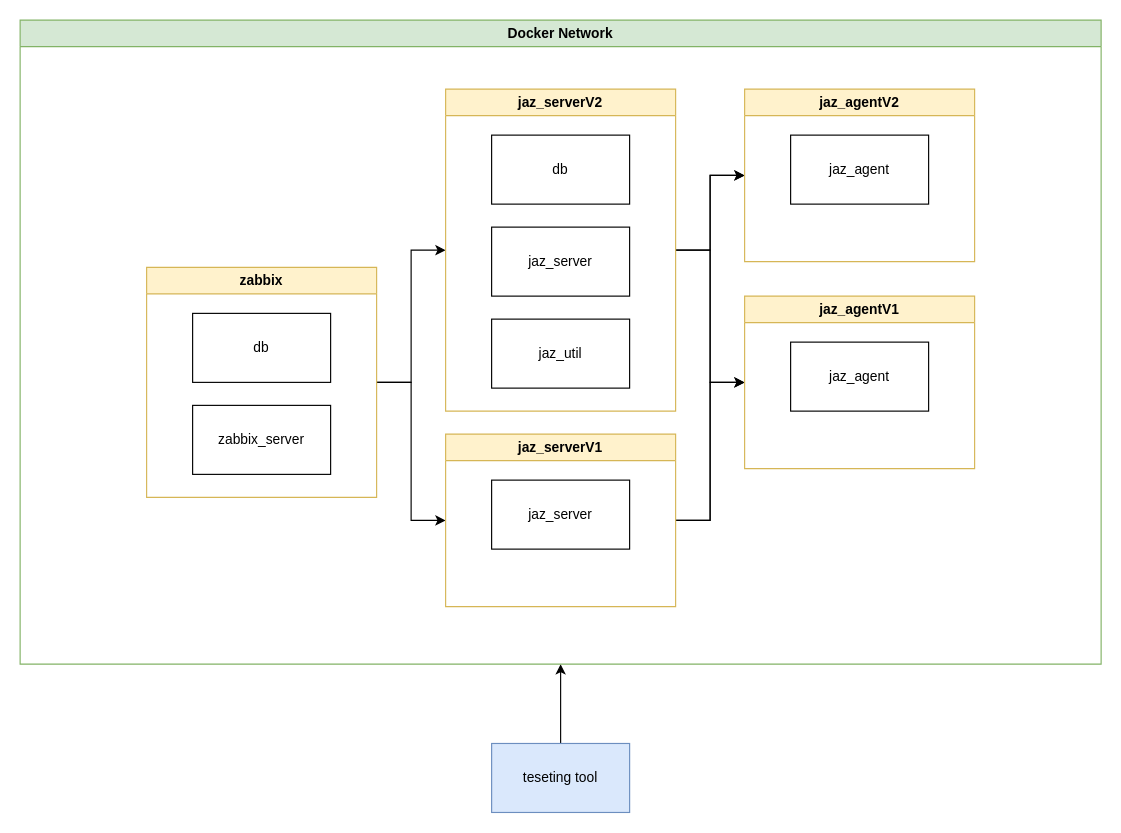
This is docs/container_relation.drawio from zukigit/testing, a draw.io file, before an edit. Source tidied: cells renumbered, new cells numbered last; positions are measured from the earlier drawing's top-left corner, leaving out a move shared by most shapes. Both pictures are drawn from the tidied source at 115%, with x=0, y=0 at pixel (20, 20).
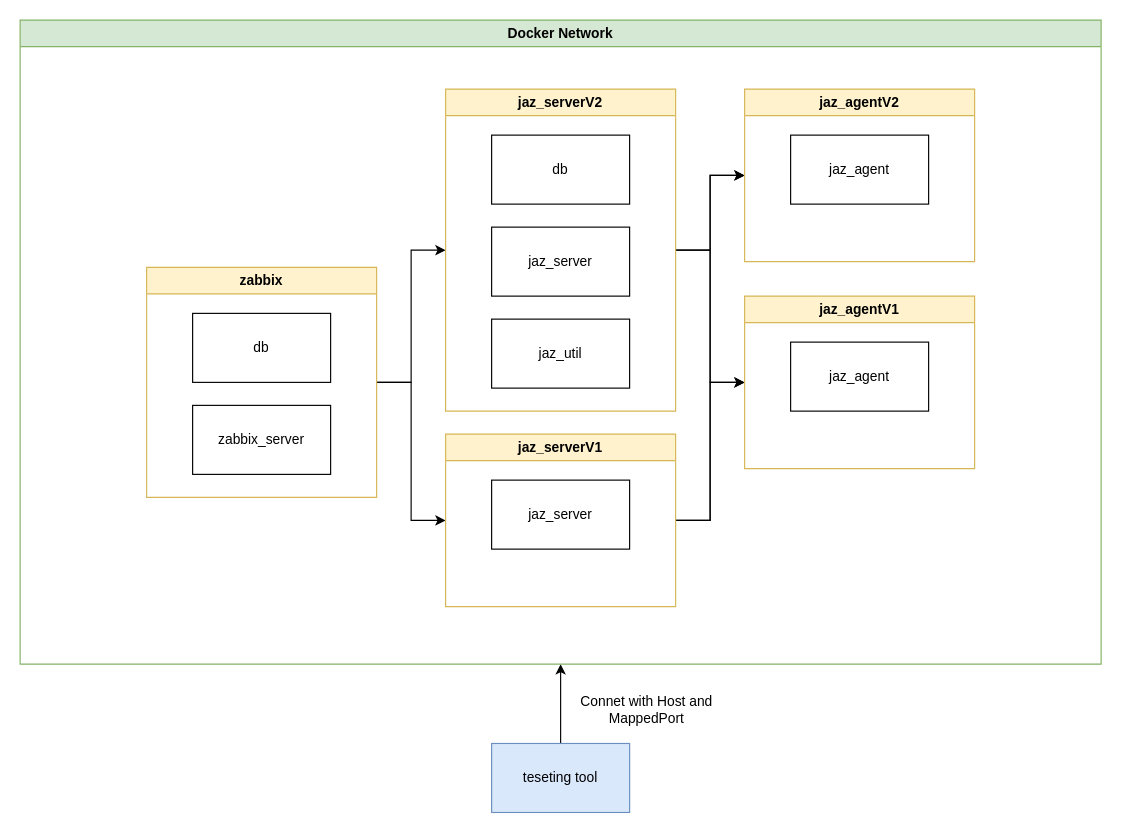
The same page after the edit.

Diff of the diagram source:
```diff
@@
+    <mxCell id="24" value="Connet with Host and MappedPort" style="text;html=1;whiteSpace=wrap;strokeColor=none;fillColor=none;align=center;verticalAlign=middle;rounded=0;" parent="1" vertex="1">
+      <mxGeometry x="470" y="580" width="150" height="40" as="geometry" />
+    </mxCell>
```
